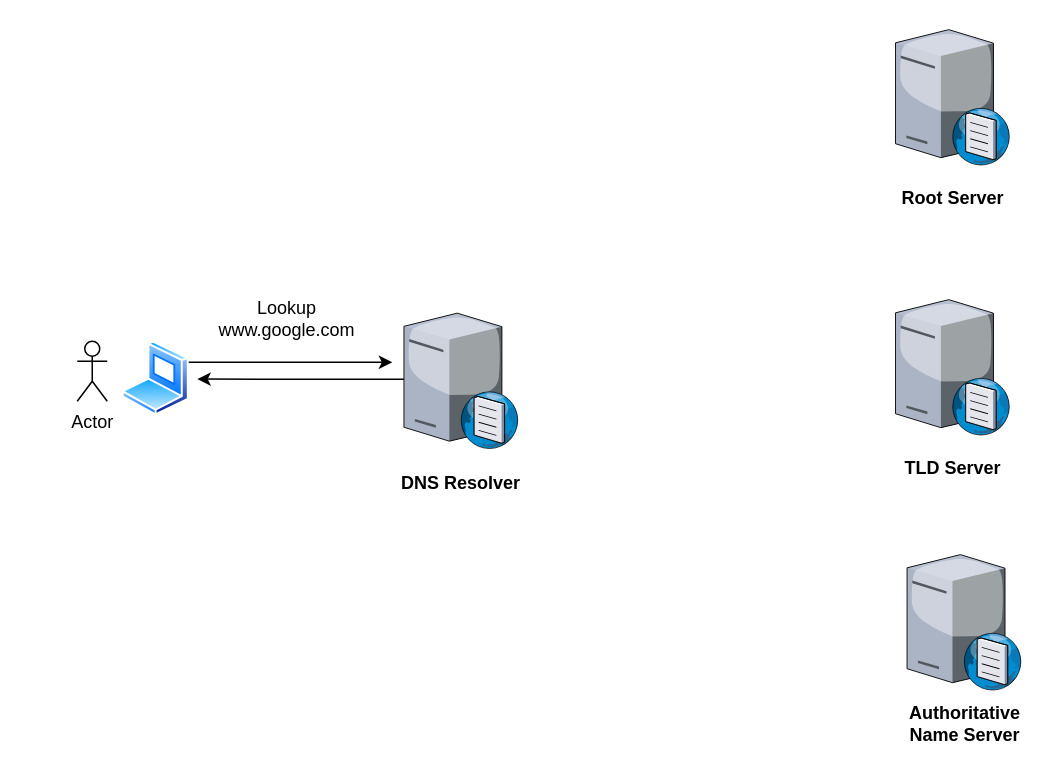
The draw.io diagram system-design-1.drawio in programmers-for-programmers/system-design-notes, before the edit. Source tidied: cells renumbered, new cells numbered last; positions are measured from the earlier drawing's top-left corner, leaving out a move shared by most shapes. Both pictures are drawn from the tidied source at 150%, with x=0, y=0 at pixel (76, 26).
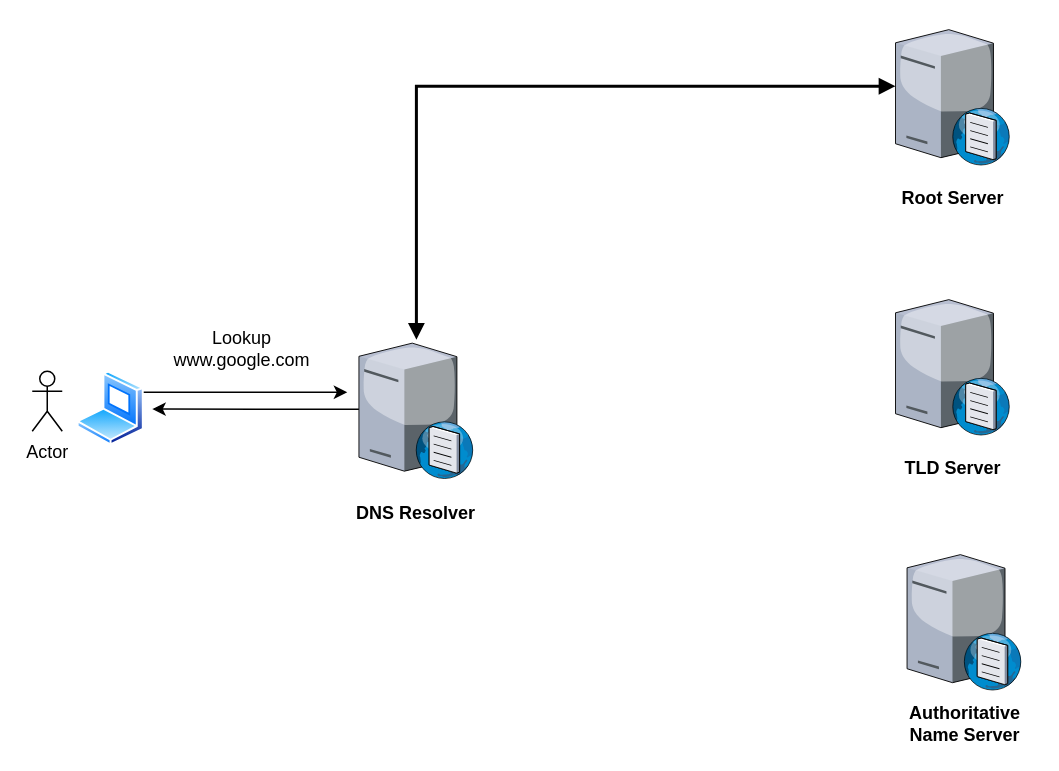
Above is the later version.

Diff of the diagram source:
```diff
@@
 <mxGraphModel>
   <root>
     <mxCell id="0" />
     <mxCell id="1" parent="0" />
     <mxCell id="2" value="Actor" style="shape=umlActor;verticalLabelPosition=bottom;verticalAlign=top;html=1;" parent="1" vertex="1">
-      <mxGeometry y="210" width="20" height="40" as="geometry" />
+      <mxGeometry x="-30" y="230" width="20" height="40" as="geometry" />
     </mxCell>
     <mxCell id="3" style="edgeStyle=orthogonalEdgeStyle;rounded=0;jettySize=auto;html=1;exitX=1;exitY=0.25;exitDx=0;exitDy=0;" parent="1" edge="1" source="4">
       <mxGeometry relative="1" as="geometry">
-        <mxPoint x="210" y="224" as="targetPoint" />
+        <mxPoint x="180" y="244" as="targetPoint" />
       </mxGeometry>
     </mxCell>
     <mxCell id="4" style="image;perimeter=ellipsePerimeter;html=1;align=center;shadow=0;dashed=0;spacingTop=3;image=img/lib/active_directory/laptop_client.svg;" parent="1" vertex="1">
-      <mxGeometry x="30" y="210" width="45" height="50" as="geometry" />
+      <mxGeometry y="230" width="45" height="50" as="geometry" />
     </mxCell>
     <mxCell id="5" style="edgeStyle=orthogonalEdgeStyle;rounded=0;jettySize=auto;html=1;" parent="1" edge="1" source="6">
       <mxGeometry relative="1" as="geometry">
-        <mxPoint x="80" y="235.2" as="targetPoint" />
+        <mxPoint x="50" y="255.2" as="targetPoint" />
       </mxGeometry>
     </mxCell>
+    <mxCell id="15" style="edgeStyle=orthogonalEdgeStyle;rounded=0;jettySize=auto;html=1;strokeColor=default;startArrow=block;startFill=1;endArrow=block;endFill=1;strokeWidth=2;" parent="1" edge="1" source="6" target="9">
+      <mxGeometry relative="1" as="geometry">
+        <Array as="points">
+          <mxPoint x="226" y="40" />
+        </Array>
+      </mxGeometry>
+    </mxCell>
     <mxCell id="6" style="verticalLabelPosition=bottom;sketch=0;html=1;verticalAlign=top;strokeColor=none;align=center;outlineConnect=0;shape=mxgraph.citrix.dns_server;" parent="1" vertex="1">
-      <mxGeometry x="217.8" y="189" width="76.5" height="92.5" as="geometry" />
+      <mxGeometry x="187.8" y="209" width="76.5" height="92.5" as="geometry" />
     </mxCell>
     <mxCell id="7" value="&lt;b&gt;DNS Resolver&lt;/b&gt;" style="text;html=1;whiteSpace=wrap;strokeColor=none;fillColor=none;align=center;verticalAlign=middle;rounded=0;" parent="1" vertex="1">
-      <mxGeometry x="210" y="290" width="92" height="30" as="geometry" />
+      <mxGeometry x="180" y="310" width="92" height="30" as="geometry" />
     </mxCell>
     <mxCell id="8" value="Lookup&lt;div&gt;www.google.com&lt;/div&gt;" style="text;html=1;whiteSpace=wrap;strokeColor=none;fillColor=none;align=center;verticalAlign=middle;rounded=0;" parent="1" vertex="1">
-      <mxGeometry x="110" y="180" width="60" height="30" as="geometry" />
+      <mxGeometry x="80" y="200" width="60" height="30" as="geometry" />
     </mxCell>
     <mxCell id="9" style="verticalLabelPosition=bottom;sketch=0;html=1;verticalAlign=top;strokeColor=none;align=center;outlineConnect=0;shape=mxgraph.citrix.dns_server;" parent="1" vertex="1">
       <mxGeometry x="545.5" width="76.5" height="92.5" as="geometry" />
     </mxCell>
     <mxCell id="10" value="&lt;b&gt;Root Server&lt;/b&gt;" style="text;html=1;whiteSpace=wrap;strokeColor=none;fillColor=none;align=center;verticalAlign=middle;rounded=0;" parent="1" vertex="1">
       <mxGeometry x="537.8" y="100" width="92" height="30" as="geometry" />
     </mxCell>
     <mxCell id="11" style="verticalLabelPosition=bottom;sketch=0;html=1;verticalAlign=top;strokeColor=none;align=center;shape=mxgraph.citrix.dns_server;" parent="1" vertex="1">
       <mxGeometry x="545.5" y="180" width="76.5" height="92.5" as="geometry" />
     </mxCell>
     <mxCell id="12" value="&lt;b&gt;TLD Server&lt;/b&gt;" style="text;html=1;whiteSpace=wrap;strokeColor=none;fillColor=none;align=center;verticalAlign=middle;rounded=0;" parent="1" vertex="1">
       <mxGeometry x="537.8" y="280" width="92" height="30" as="geometry" />
     </mxCell>
     <mxCell id="13" style="verticalLabelPosition=bottom;sketch=0;html=1;verticalAlign=top;strokeColor=none;align=center;shape=mxgraph.citrix.dns_server;" parent="1" vertex="1">
       <mxGeometry x="553.2" y="350" width="76.5" height="92.5" as="geometry" />
     </mxCell>
     <mxCell id="14" value="&lt;b&gt;Authoritative Name Server&lt;/b&gt;" style="text;html=1;whiteSpace=wrap;strokeColor=none;fillColor=none;align=center;verticalAlign=middle;rounded=0;" parent="1" vertex="1">
       <mxGeometry x="545.5" y="450" width="92" height="30" as="geometry" />
     </mxCell>
   </root>
 </mxGraphModel>
```
